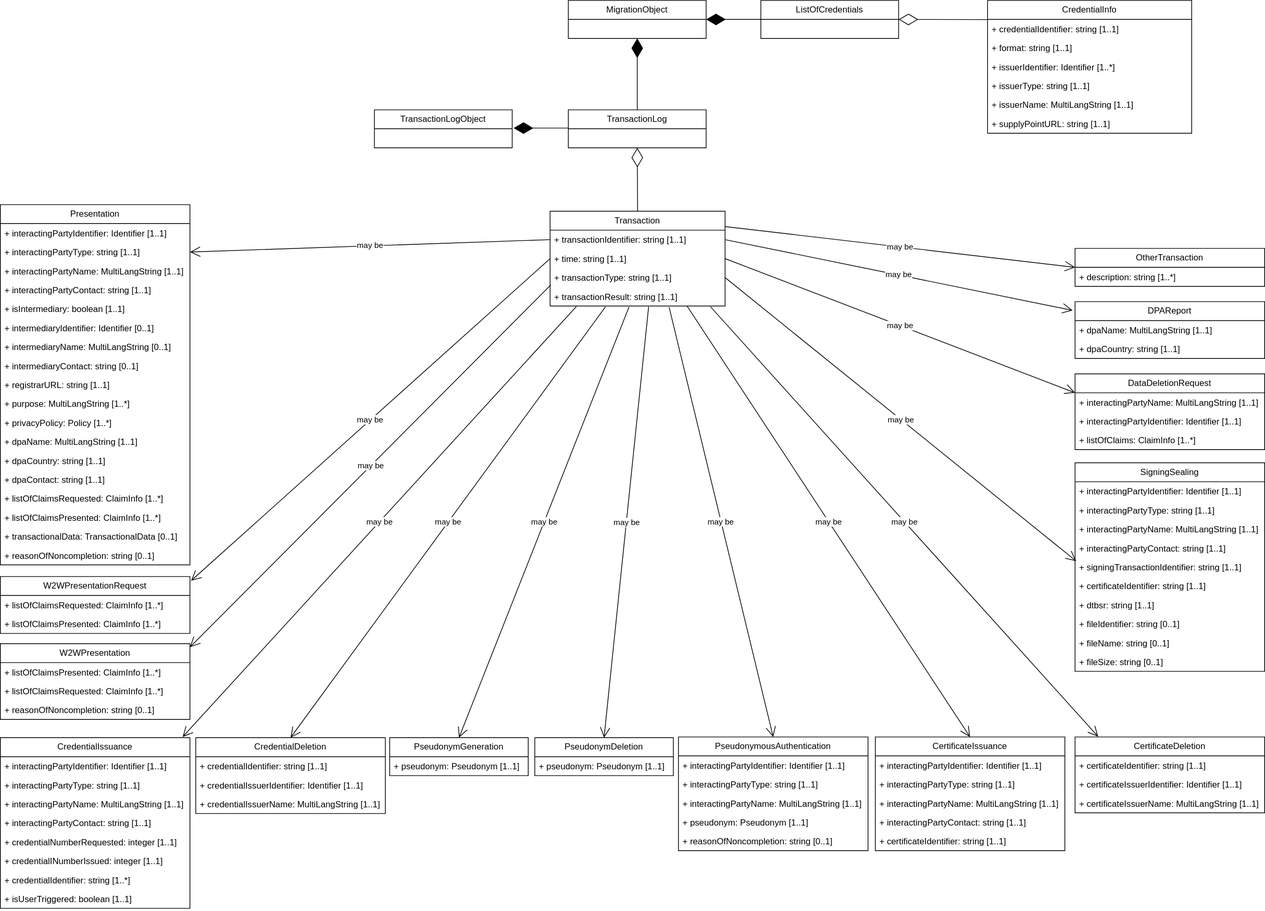
This is docs/technical-specifications/img/ts10-eudiw-mig-obj-trans-log-datamodel.svg from eu-digital-identity-wallet/eudi-doc-standards-and-technical-specifications, a draw.io export, as it was before one commit. Source tidied: cells renumbered, new cells last; positions are measured from the earlier drawing's top-left corner, leaving out a move shared by most shapes.
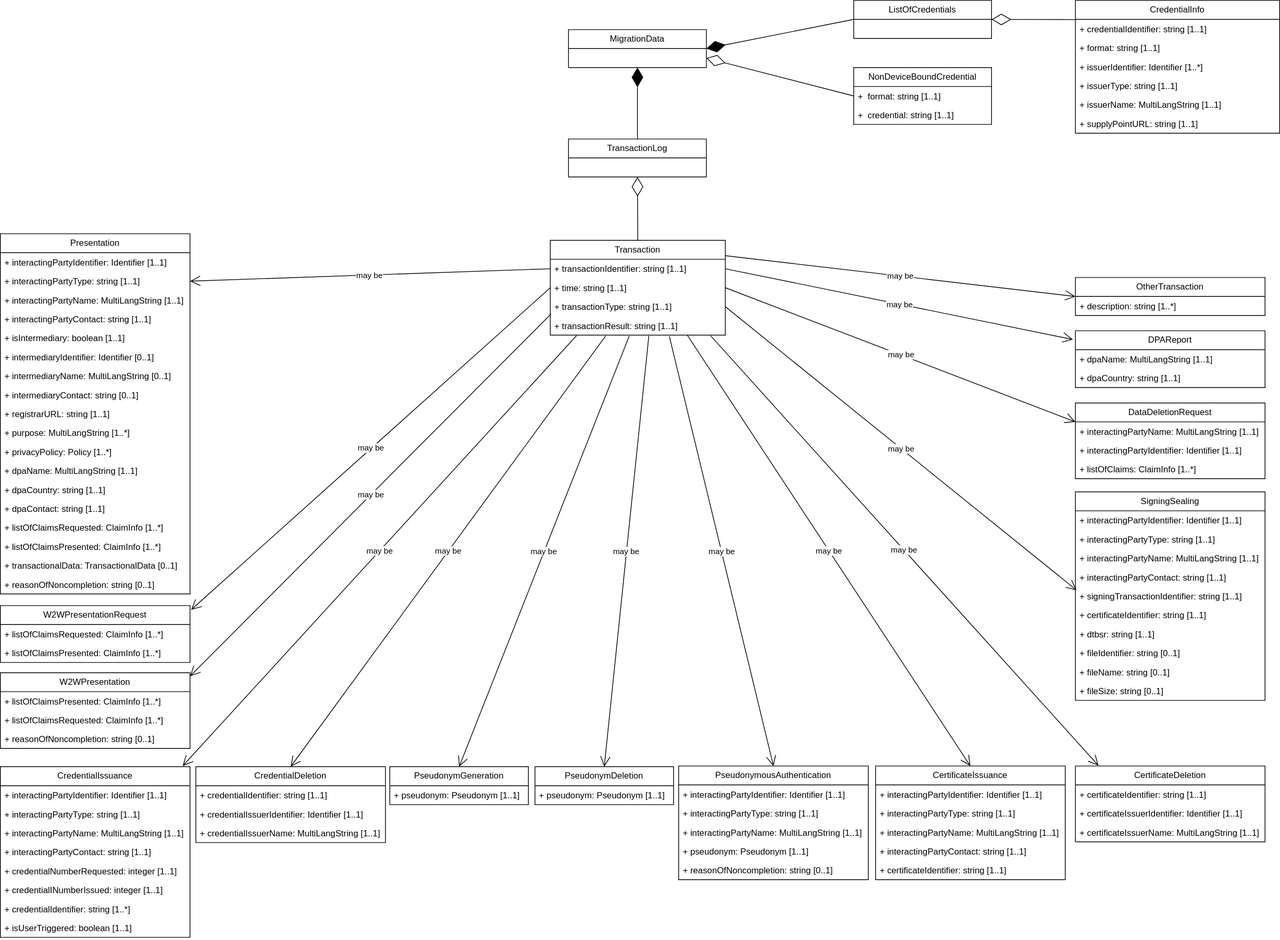
Later version of the same file.

Commit message:
Review/ts10 non device bound attestation update (#212)

What changed in the source:
```diff
@@ -21,7 +21,7 @@
       <mxGeometry y="104" width="240" height="26" as="geometry" />
     </mxCell>
     <mxCell id="8" value="CredentialInfo" style="swimlane;fontStyle=0;horizontal=1;startSize=26;fillColor=none;whiteSpace=wrap;html=1;" parent="1" vertex="1">
-      <mxGeometry x="1354" width="280" height="182" as="geometry" />
+      <mxGeometry x="1474" y="-40" width="280" height="182" as="geometry" />
     </mxCell>
     <mxCell id="9" value="+ credentialIdentifier: string [1..1]" style="text;strokeColor=none;fillColor=none;align=left;verticalAlign=top;spacingLeft=4;spacingRight=4;overflow=hidden;points=[[0,0.5],[1,0.5]];portConstraint=eastwest;whiteSpace=wrap;html=1;" parent="8" vertex="1">
       <mxGeometry y="26" width="280" height="26" as="geometry" />
@@ -200,11 +200,11 @@
     <mxCell id="67" value="+ reasonOfNoncompletion: string [0..1]" style="text;strokeColor=none;fillColor=none;align=left;verticalAlign=top;spacingLeft=4;spacingRight=4;overflow=hidden;whiteSpace=wrap;html=1;" parent="64" vertex="1">
       <mxGeometry y="78" width="260" height="26" as="geometry" />
     </mxCell>
-    <mxCell id="68" value="MigrationObject" style="swimlane;fontStyle=0;horizontal=1;startSize=26;fillColor=none;whiteSpace=wrap;html=1;" parent="1" vertex="1">
+    <mxCell id="68" value="MigrationData" style="swimlane;fontStyle=0;horizontal=1;startSize=26;fillColor=none;whiteSpace=wrap;html=1;" parent="1" vertex="1">
       <mxGeometry x="779" width="189" height="52" as="geometry" />
     </mxCell>
     <mxCell id="69" value="ListOfCredentials" style="swimlane;fontStyle=0;horizontal=1;startSize=26;fillColor=none;whiteSpace=wrap;html=1;" parent="1" vertex="1">
-      <mxGeometry x="1043" width="189" height="52" as="geometry" />
+      <mxGeometry x="1170" y="-40" width="189" height="52" as="geometry" />
     </mxCell>
     <mxCell id="70" style="endArrow=diamondThin;endFill=1;endSize=24;html=1;rounded=0;exitX=0.5;exitY=0;exitDx=0;exitDy=0;entryX=0.5;entryY=1;entryDx=0;entryDy=0;" parent="1" edge="1" source="2" target="68">
       <mxGeometry relative="1" as="geometry" />
@@ -327,35 +327,38 @@
     <mxCell id="106" value="may be" style="endArrow=open;endFill=1;endSize=12;html=1;rounded=0;entryX=0;entryY=0.5;entryDx=0;entryDy=0;exitX=1;exitY=0.162;exitDx=0;exitDy=0;exitPerimeter=0;" parent="1" edge="1" source="3" target="104">
       <mxGeometry relative="1" as="geometry" />
     </mxCell>
-    <mxCell id="107" style="endArrow=diamondThin;endFill=1;endSize=24;html=1;rounded=0;exitX=0;exitY=0.5;exitDx=0;exitDy=0;entryX=1;entryY=0.5;entryDx=0;entryDy=0;" parent="1" edge="1">
-      <mxGeometry relative="1" as="geometry">
-        <mxPoint x="779" y="175" as="sourcePoint" />
-        <mxPoint x="704" y="175" as="targetPoint" />
-      </mxGeometry>
+    <mxCell id="107" value="PseudonymousAuthentication" style="swimlane;fontStyle=0;horizontal=1;startSize=26;fillColor=none;whiteSpace=wrap;html=1;" parent="1" vertex="1">
+      <mxGeometry x="930" y="1010" width="260" height="156" as="geometry" />
     </mxCell>
-    <mxCell id="108" value="TransactionLogObject" style="swimlane;fontStyle=0;horizontal=1;startSize=26;fillColor=none;whiteSpace=wrap;html=1;" parent="1" vertex="1">
-      <mxGeometry x="513" y="150" width="189" height="52" as="geometry" />
+    <mxCell id="108" value="+&amp;nbsp;interactingPartyIdentifier: Identifier [1..1]" style="text;strokeColor=none;fillColor=none;align=left;verticalAlign=top;spacingLeft=4;spacingRight=4;overflow=hidden;whiteSpace=wrap;html=1;" parent="107" vertex="1">
+      <mxGeometry y="26" width="260" height="26" as="geometry" />
     </mxCell>
-    <mxCell id="109" value="PseudonymousAuthentication" style="swimlane;fontStyle=0;horizontal=1;startSize=26;fillColor=none;whiteSpace=wrap;html=1;" parent="1" vertex="1">
-      <mxGeometry x="930" y="1010" width="260" height="156" as="geometry" />
+    <mxCell id="109" value="+ interactingPartyType: string [1..1]" style="text;strokeColor=none;fillColor=none;align=left;verticalAlign=top;spacingLeft=4;spacingRight=4;overflow=hidden;points=[[0,0.5],[1,0.5]];portConstraint=eastwest;whiteSpace=wrap;html=1;" parent="107" vertex="1">
+      <mxGeometry y="52" width="260" height="26" as="geometry" />
     </mxCell>
-    <mxCell id="110" value="+&amp;nbsp;interactingPartyIdentifier: Identifier [1..1]" style="text;strokeColor=none;fillColor=none;align=left;verticalAlign=top;spacingLeft=4;spacingRight=4;overflow=hidden;whiteSpace=wrap;html=1;" parent="109" vertex="1">
-      <mxGeometry y="26" width="260" height="26" as="geometry" />
+    <mxCell id="110" value="+ interactingPartyName: MultiLangString [1..1]" style="text;strokeColor=none;fillColor=none;align=left;verticalAlign=top;spacingLeft=4;spacingRight=4;overflow=hidden;whiteSpace=wrap;html=1;" parent="107" vertex="1">
+      <mxGeometry y="78" width="260" height="26" as="geometry" />
     </mxCell>
-    <mxCell id="111" value="+ interactingPartyType: string [1..1]" style="text;strokeColor=none;fillColor=none;align=left;verticalAlign=top;spacingLeft=4;spacingRight=4;overflow=hidden;whiteSpace=wrap;html=1;" parent="109" vertex="1">
-      <mxGeometry y="52" width="260" height="26" as="geometry" />
+    <mxCell id="111" value="+ pseudonym: Pseudonym [1..1]" style="text;strokeColor=none;fillColor=none;align=left;verticalAlign=top;spacingLeft=4;spacingRight=4;overflow=hidden;whiteSpace=wrap;html=1;" parent="107" vertex="1">
+      <mxGeometry y="104" width="260" height="26" as="geometry" />
     </mxCell>
-    <mxCell id="112" value="+ interactingPartyName: MultiLangString [1..1]" style="text;strokeColor=none;fillColor=none;align=left;verticalAlign=top;spacingLeft=4;spacingRight=4;overflow=hidden;whiteSpace=wrap;html=1;" parent="109" vertex="1">
-      <mxGeometry y="78" width="260" height="26" as="geometry" />
+    <mxCell id="112" value="+ reasonOfNoncompletion: string [0..1]" style="text;strokeColor=none;fillColor=none;align=left;verticalAlign=top;spacingLeft=4;spacingRight=4;overflow=hidden;whiteSpace=wrap;html=1;" parent="107" vertex="1">
+      <mxGeometry y="130" width="260" height="26" as="geometry" />
     </mxCell>
-    <mxCell id="113" value="+ pseudonym: Pseudonym [1..1]" style="text;strokeColor=none;fillColor=none;align=left;verticalAlign=top;spacingLeft=4;spacingRight=4;overflow=hidden;whiteSpace=wrap;html=1;" parent="109" vertex="1">
-      <mxGeometry y="104" width="260" height="26" as="geometry" />
+    <mxCell id="113" value="may be" style="endArrow=open;endFill=1;endSize=12;html=1;rounded=0;entryX=0.5;entryY=0;entryDx=0;entryDy=0;exitX=0.68;exitY=1.056;exitDx=0;exitDy=0;exitPerimeter=0;" parent="1" edge="1" source="7" target="107">
+      <mxGeometry relative="1" as="geometry" />
     </mxCell>
-    <mxCell id="114" value="+ reasonOfNoncompletion: string [0..1]" style="text;strokeColor=none;fillColor=none;align=left;verticalAlign=top;spacingLeft=4;spacingRight=4;overflow=hidden;points=[[0,0.5],[1,0.5]];portConstraint=eastwest;whiteSpace=wrap;html=1;" parent="109" vertex="1">
-      <mxGeometry y="130" width="260" height="26" as="geometry" />
+    <mxCell id="114" value="NonDeviceBoundCredential" style="swimlane;fontStyle=0;horizontal=1;startSize=26;fillColor=none;whiteSpace=wrap;html=1;" parent="1" vertex="1">
+      <mxGeometry x="1170" y="52" width="189" height="78" as="geometry" />
     </mxCell>
-    <mxCell id="115" value="may be" style="endArrow=open;endFill=1;endSize=12;html=1;rounded=0;entryX=0.5;entryY=0;entryDx=0;entryDy=0;exitX=0.68;exitY=1.056;exitDx=0;exitDy=0;exitPerimeter=0;" parent="1" edge="1" source="7" target="109">
-      <mxGeometry relative="1" as="geometry" />
+    <mxCell id="115" value="+&amp;nbsp; format: string [1..1]" style="text;strokeColor=none;fillColor=none;align=left;verticalAlign=top;spacingLeft=4;spacingRight=4;overflow=hidden;whiteSpace=wrap;html=1;" parent="114" vertex="1">
+      <mxGeometry y="26" width="189" height="26" as="geometry" />
     </mxCell>
+    <mxCell id="116" value="+&amp;nbsp; credential: string [1..1]" style="text;strokeColor=none;fillColor=none;align=left;verticalAlign=top;spacingLeft=4;spacingRight=4;overflow=hidden;whiteSpace=wrap;html=1;" parent="114" vertex="1">
+      <mxGeometry y="52" width="189" height="26" as="geometry" />
+    </mxCell>
+    <mxCell id="117" style="endArrow=diamondThin;endFill=0;endSize=24;html=1;rounded=0;entryX=1;entryY=0.75;entryDx=0;entryDy=0;exitX=0;exitY=0.5;exitDx=0;exitDy=0;" parent="1" edge="1" source="114" target="68">
+      <mxGeometry relative="1" as="geometry" />
+    </mxCell>
   </root>
 </mxGraphModel>
```
